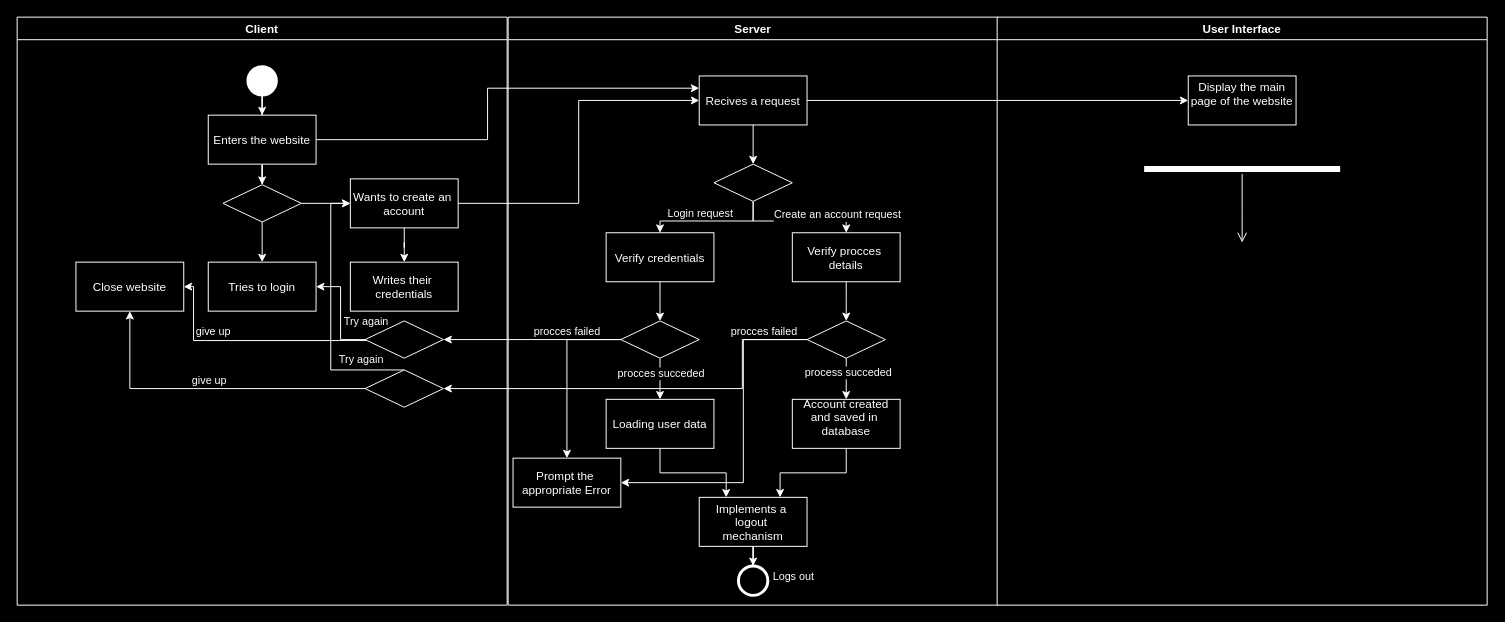
The draw.io diagram ActivityDiagram.drawio in JJoniV/Clinics-Management-System, before the edit. Source tidied: cells renumbered, new cells numbered last; positions are measured from the earlier drawing's top-left corner, leaving out a move shared by most shapes. Both pictures are drawn from the tidied source at 98%, with x=0, y=0 at pixel (17, 17).
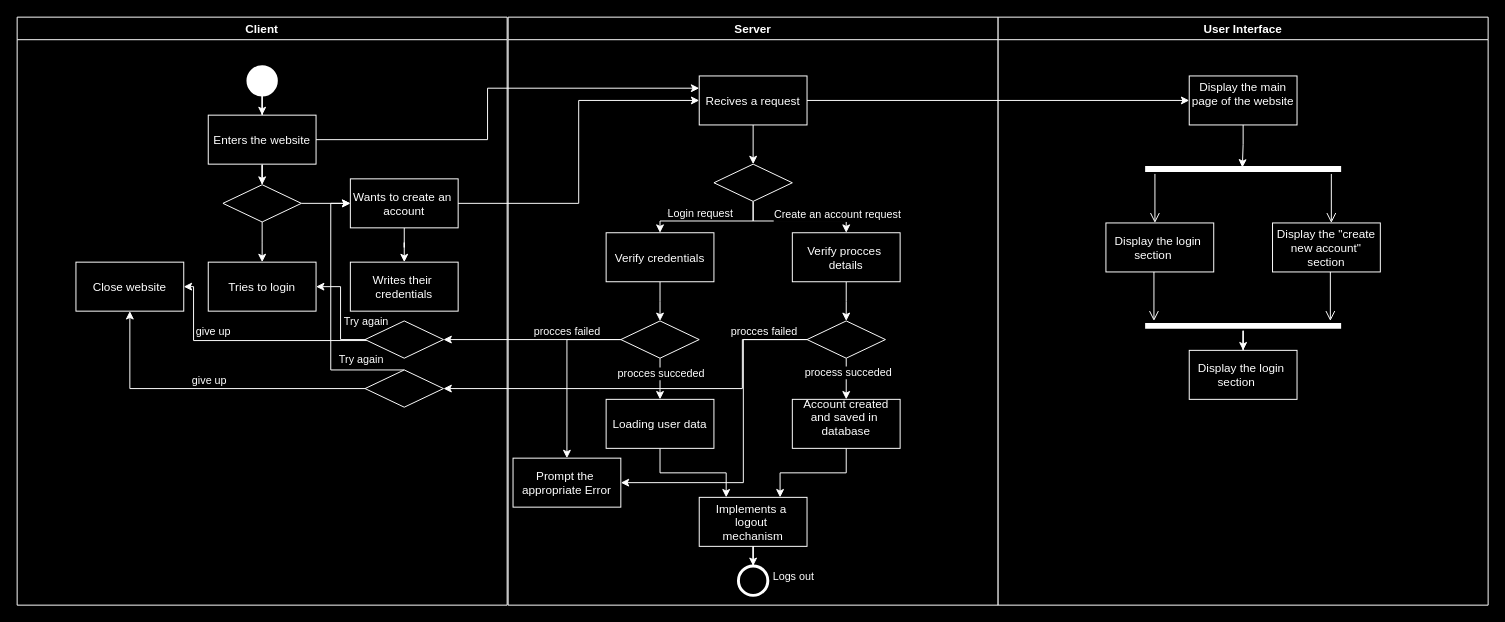
After the change.

The change refers to these unchanged cells:
```xml
<mxCell id="57" value="Display the main&#10;page of the website&#10;" style="rounded=0;fillColor=#000000;shadow=0;fontColor=#FFFFFF;strokeColor=#FFFFFF;" parent="56" vertex="1">
  <mxGeometry x="195" y="60" width="110" height="50" as="geometry" />
</mxCell>
<mxCell id="58" style="shape=line;html=1;strokeWidth=6;fillColor=#eeeeee;strokeColor=#FFFFFF;" parent="56" vertex="1">
  <mxGeometry x="150" y="150" width="200" height="10" as="geometry" />
</mxCell>
```

Diff of the diagram source:
```diff
@@
     <mxCell id="56" value="User Interface" style="swimlane;fillColor=#000000;fontColor=#FFFFFF;labelBackgroundColor=#000000;labelBorderColor=#000000;strokeColor=#FFFFFF;swimlaneLine=1;swimlaneFillColor=#000000;gradientColor=none;startSize=23;" parent="1" vertex="1">
-      <mxGeometry x="1000" width="500" height="600" as="geometry" />
+      <mxGeometry x="1001" width="500" height="600" as="geometry" />
     </mxCell>
@@
-    <mxCell id="59" style="edgeStyle=orthogonalEdgeStyle;html=1;verticalAlign=bottom;endArrow=open;endSize=8;rounded=0;fillColor=#eeeeee;strokeColor=#FFFFFF;" parent="56" edge="1" source="58">
+    <mxCell id="59" style="edgeStyle=orthogonalEdgeStyle;html=1;verticalAlign=bottom;endArrow=open;endSize=8;rounded=0;fillColor=#eeeeee;strokeColor=#FFFFFF;" parent="56" edge="1">
       <mxGeometry relative="1" as="geometry">
-        <mxPoint x="250" y="230" as="targetPoint" />
+        <mxPoint x="160" y="160" as="sourcePoint" />
+        <mxPoint x="160" y="210" as="targetPoint" />
       </mxGeometry>
     </mxCell>
+    <mxCell id="66" style="edgeStyle=orthogonalEdgeStyle;html=1;verticalAlign=bottom;endArrow=open;endSize=8;rounded=0;fillColor=#eeeeee;strokeColor=#FFFFFF;" parent="56" edge="1">
+      <mxGeometry relative="1" as="geometry">
+        <mxPoint x="340" y="160" as="sourcePoint" />
+        <mxPoint x="340" y="210" as="targetPoint" />
+      </mxGeometry>
+    </mxCell>
+    <mxCell id="67" style="edgeStyle=orthogonalEdgeStyle;rounded=0;jettySize=auto;html=1;entryX=0.496;entryY=0.343;entryDx=0;entryDy=0;entryPerimeter=0;strokeColor=#FFFFFF;" parent="56" edge="1" source="57" target="58">
+      <mxGeometry relative="1" as="geometry" />
+    </mxCell>
+    <mxCell id="68" value="Display the login &#10;section    " style="rounded=0;fillColor=#000000;shadow=0;fontColor=#FFFFFF;strokeColor=#FFFFFF;" parent="56" vertex="1">
+      <mxGeometry x="110" y="210" width="110" height="50" as="geometry" />
+    </mxCell>
+    <mxCell id="69" value="Display the &quot;create&#10;new account&quot; &#10;section" style="rounded=0;fillColor=#000000;shadow=0;fontColor=#FFFFFF;strokeColor=#FFFFFF;" parent="56" vertex="1">
+      <mxGeometry x="280" y="210" width="110" height="50" as="geometry" />
+    </mxCell>
+    <mxCell id="70" style="edgeStyle=orthogonalEdgeStyle;rounded=0;jettySize=auto;html=1;strokeColor=#FFFFFF;" parent="56" edge="1" source="71" target="74">
+      <mxGeometry relative="1" as="geometry" />
+    </mxCell>
+    <mxCell id="71" style="shape=line;html=1;strokeWidth=6;fillColor=#eeeeee;strokeColor=#FFFFFF;" parent="56" vertex="1">
+      <mxGeometry x="150" y="310" width="200" height="10" as="geometry" />
+    </mxCell>
+    <mxCell id="72" style="edgeStyle=orthogonalEdgeStyle;html=1;verticalAlign=bottom;endArrow=open;endSize=8;rounded=0;fillColor=#eeeeee;strokeColor=#FFFFFF;" parent="56" edge="1">
+      <mxGeometry relative="1" as="geometry">
+        <mxPoint x="159" y="260" as="sourcePoint" />
+        <mxPoint x="159" y="310" as="targetPoint" />
+      </mxGeometry>
+    </mxCell>
+    <mxCell id="73" style="edgeStyle=orthogonalEdgeStyle;html=1;verticalAlign=bottom;endArrow=open;endSize=8;rounded=0;fillColor=#eeeeee;strokeColor=#FFFFFF;" parent="56" edge="1">
+      <mxGeometry relative="1" as="geometry">
+        <mxPoint x="339" y="260" as="sourcePoint" />
+        <mxPoint x="339" y="310" as="targetPoint" />
+      </mxGeometry>
+    </mxCell>
+    <mxCell id="74" value="Display the login &#10;section    " style="rounded=0;fillColor=#000000;shadow=0;fontColor=#FFFFFF;strokeColor=#FFFFFF;" parent="56" vertex="1">
+      <mxGeometry x="195" y="340" width="110" height="50" as="geometry" />
+    </mxCell>
```
